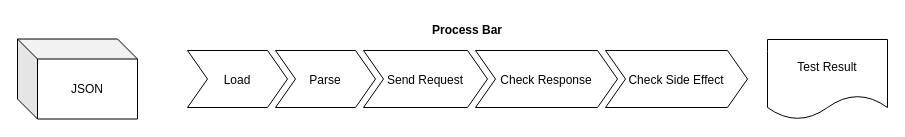
Above: doc/auto_back.drawio in noenergysoftware/rateMyCourse-test (draw.io), before the change. Source tidied: cells renumbered, new cells numbered last; positions are measured from the earlier drawing's top-left corner, leaving out a move shared by most shapes. Both pictures are drawn from the tidied source at 100%, with x=0, y=0 at pixel (17, 17).
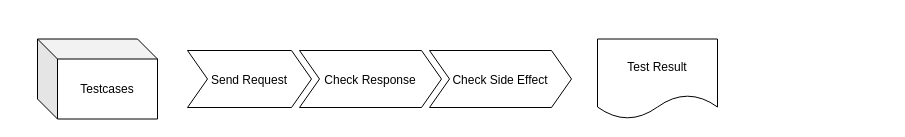
Above is the later version.

Commit message (it also covers changes not shown here):
Updata auto_back's doc's img.

The edit, as a diff of the source:
```diff
@@
 <mxGraphModel>
   <root>
     <mxCell id="0" />
     <mxCell id="1" parent="0" />
-    <mxCell id="2" value="JSON" style="shape=cube;whiteSpace=wrap;html=1;boundedLbl=1;backgroundOutline=1;darkOpacity=0.05;darkOpacity2=0.1;" parent="1" vertex="1">
-      <mxGeometry y="21.5" width="120" height="80" as="geometry" />
+    <mxCell id="2" value="Testcases" style="shape=cube;whiteSpace=wrap;html=1;boundedLbl=1;backgroundOutline=1;darkOpacity=0.05;darkOpacity2=0.1;" parent="1" vertex="1">
+      <mxGeometry x="20" y="21.5" width="120" height="80" as="geometry" />
     </mxCell>
-    <mxCell id="3" value="Process Bar" style="swimlane;horizontal=1;fillColor=none;strokeColor=none;stackBorder=10;align=center;fontColor=#000000;" parent="1" vertex="1">
-      <mxGeometry x="160" width="580" height="100" as="geometry" />
+    <mxCell id="3" style="swimlane;horizontal=1;fillColor=none;strokeColor=none;stackBorder=10;align=center;fontColor=#000000;" parent="1" vertex="1">
+      <mxGeometry x="160" width="404" height="100" as="geometry" />
     </mxCell>
-    <mxCell id="4" value="Load" style="shape=step;perimeter=stepPerimeter;fixedSize=1;" parent="3" vertex="1">
-      <mxGeometry x="10" y="33" width="100" height="57" as="geometry" />
-    </mxCell>
-    <mxCell id="5" value="Parse" style="shape=step;perimeter=stepPerimeter;fixedSize=1;" parent="3" vertex="1">
-      <mxGeometry x="98" y="33" width="100" height="57" as="geometry" />
-    </mxCell>
     <mxCell id="6" value="Send Request" style="shape=step;perimeter=stepPerimeter;fixedSize=1;" parent="3" vertex="1">
-      <mxGeometry x="186" y="33" width="124" height="57" as="geometry" />
+      <mxGeometry x="10" y="33" width="124" height="57" as="geometry" />
     </mxCell>
     <mxCell id="7" value="Check Response" style="shape=step;perimeter=stepPerimeter;fixedSize=1;" parent="3" vertex="1">
-      <mxGeometry x="298" y="33" width="142" height="57" as="geometry" />
+      <mxGeometry x="122" y="33" width="142" height="57" as="geometry" />
     </mxCell>
     <mxCell id="8" value="Check Side Effect" style="shape=step;perimeter=stepPerimeter;fixedSize=1;" parent="3" vertex="1">
-      <mxGeometry x="428" y="33" width="142" height="57" as="geometry" />
+      <mxGeometry x="252" y="33" width="142" height="57" as="geometry" />
     </mxCell>
     <mxCell id="9" value="Test Result" style="shape=document;whiteSpace=wrap;html=1;boundedLbl=1;" parent="1" vertex="1">
-      <mxGeometry x="750" y="22" width="120" height="80" as="geometry" />
+      <mxGeometry x="580" y="21.5" width="120" height="80" as="geometry" />
     </mxCell>
   </root>
 </mxGraphModel>
```
